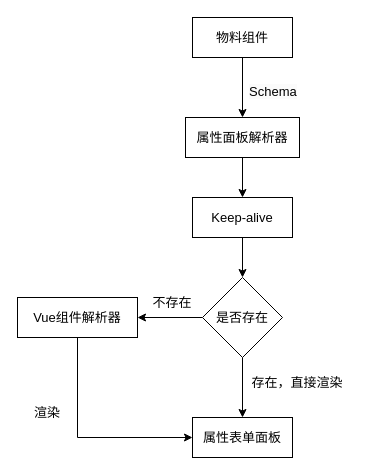
This is 第四章/新属性面板生成.drawio from yuxinyu12345/diagrams, a draw.io file, before an edit. Source tidied: cells renumbered, new cells numbered last; positions are measured from the earlier drawing's top-left corner, leaving out a move shared by most shapes. Both pictures are drawn from the tidied source at 100%, with x=0, y=0 at pixel (17, 17).
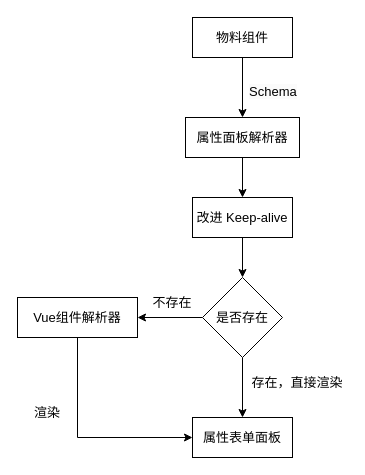
After the change.

Commit message (it also covers changes not shown here):
更新新属性面板生成.drawio

What changed in the source:
```diff
@@
 <mxGraphModel>
   <root>
     <mxCell id="0" />
     <mxCell id="1" parent="0" />
     <mxCell id="2" style="edgeStyle=orthogonalEdgeStyle;rounded=0;jettySize=auto;html=1;exitX=0.5;exitY=1;exitDx=0;exitDy=0;fontSize=13;" parent="1" edge="1" source="3" target="5">
       <mxGeometry relative="1" as="geometry" />
     </mxCell>
     <mxCell id="3" value="物料组件" style="rounded=0;whiteSpace=wrap;html=1;fontSize=13;" parent="1" vertex="1">
       <mxGeometry x="175" width="100" height="40" as="geometry" />
     </mxCell>
     <mxCell id="4" style="edgeStyle=orthogonalEdgeStyle;rounded=0;jettySize=auto;html=1;exitX=0.5;exitY=1;exitDx=0;exitDy=0;fontSize=13;" parent="1" edge="1" source="5" target="7">
       <mxGeometry relative="1" as="geometry" />
     </mxCell>
     <mxCell id="5" value="属性面板解析器" style="rounded=0;whiteSpace=wrap;html=1;fontSize=13;" parent="1" vertex="1">
       <mxGeometry x="168" y="100" width="114" height="40" as="geometry" />
     </mxCell>
     <mxCell id="6" style="edgeStyle=orthogonalEdgeStyle;rounded=0;jettySize=auto;html=1;exitX=0.5;exitY=1;exitDx=0;exitDy=0;fontSize=13;" parent="1" edge="1" source="7" target="10">
       <mxGeometry relative="1" as="geometry" />
     </mxCell>
-    <mxCell id="7" value="Keep-alive" style="rounded=0;whiteSpace=wrap;html=1;fontSize=13;" parent="1" vertex="1">
+    <mxCell id="7" value="改进 Keep-alive" style="rounded=0;whiteSpace=wrap;html=1;fontSize=13;" parent="1" vertex="1">
       <mxGeometry x="175" y="180" width="100" height="40" as="geometry" />
     </mxCell>
     <mxCell id="8" style="edgeStyle=orthogonalEdgeStyle;rounded=0;jettySize=auto;html=1;exitX=0;exitY=0.5;exitDx=0;exitDy=0;fontSize=13;" parent="1" edge="1" source="10" target="12">
       <mxGeometry relative="1" as="geometry" />
     </mxCell>
     <mxCell id="9" style="edgeStyle=orthogonalEdgeStyle;rounded=0;jettySize=auto;html=1;exitX=0.5;exitY=1;exitDx=0;exitDy=0;fontSize=13;" parent="1" edge="1" source="10" target="13">
       <mxGeometry relative="1" as="geometry" />
     </mxCell>
     <mxCell id="10" value="是否存在" style="rhombus;whiteSpace=wrap;html=1;fontSize=13;" parent="1" vertex="1">
       <mxGeometry x="185" y="260" width="80" height="80" as="geometry" />
     </mxCell>
     <mxCell id="11" style="edgeStyle=orthogonalEdgeStyle;rounded=0;jettySize=auto;html=1;exitX=0.5;exitY=1;exitDx=0;exitDy=0;entryX=0;entryY=0.5;entryDx=0;entryDy=0;fontSize=13;" parent="1" edge="1" source="12" target="13">
       <mxGeometry relative="1" as="geometry" />
     </mxCell>
     <mxCell id="12" value="Vue组件解析器" style="rounded=0;whiteSpace=wrap;html=1;fontSize=13;" parent="1" vertex="1">
       <mxGeometry y="280" width="120" height="40" as="geometry" />
     </mxCell>
     <mxCell id="13" value="属性表单面板" style="rounded=0;whiteSpace=wrap;html=1;fontSize=13;" parent="1" vertex="1">
       <mxGeometry x="175" y="400" width="100" height="40" as="geometry" />
     </mxCell>
     <mxCell id="14" value="&lt;span style=&quot;color: rgb(0, 0, 0); font-family: Helvetica; font-size: 13px; font-style: normal; font-variant-ligatures: normal; font-variant-caps: normal; font-weight: 400; letter-spacing: normal; orphans: 2; text-align: center; text-indent: 0px; text-transform: none; widows: 2; word-spacing: 0px; -webkit-text-stroke-width: 0px; white-space: nowrap; background-color: rgb(251, 251, 251); text-decoration-thickness: initial; text-decoration-style: initial; text-decoration-color: initial; float: none; display: inline !important;&quot;&gt;Schema&lt;/span&gt;" style="text;whiteSpace=wrap;html=1;fontSize=13;" parent="1" vertex="1">
       <mxGeometry x="230" y="60" width="90" height="40" as="geometry" />
     </mxCell>
     <mxCell id="15" value="不存在" style="text;html=1;align=center;verticalAlign=middle;whiteSpace=wrap;rounded=0;fontSize=13;" parent="1" vertex="1">
       <mxGeometry x="125" y="270" width="60" height="30" as="geometry" />
     </mxCell>
     <mxCell id="16" value="存在，直接渲染" style="text;html=1;align=center;verticalAlign=middle;whiteSpace=wrap;rounded=0;fontSize=13;" parent="1" vertex="1">
       <mxGeometry x="230" y="350" width="100" height="30" as="geometry" />
     </mxCell>
     <mxCell id="17" value="渲染" style="text;html=1;align=center;verticalAlign=middle;whiteSpace=wrap;rounded=0;fontSize=13;" parent="1" vertex="1">
       <mxGeometry y="380" width="60" height="30" as="geometry" />
     </mxCell>
   </root>
 </mxGraphModel>
```
